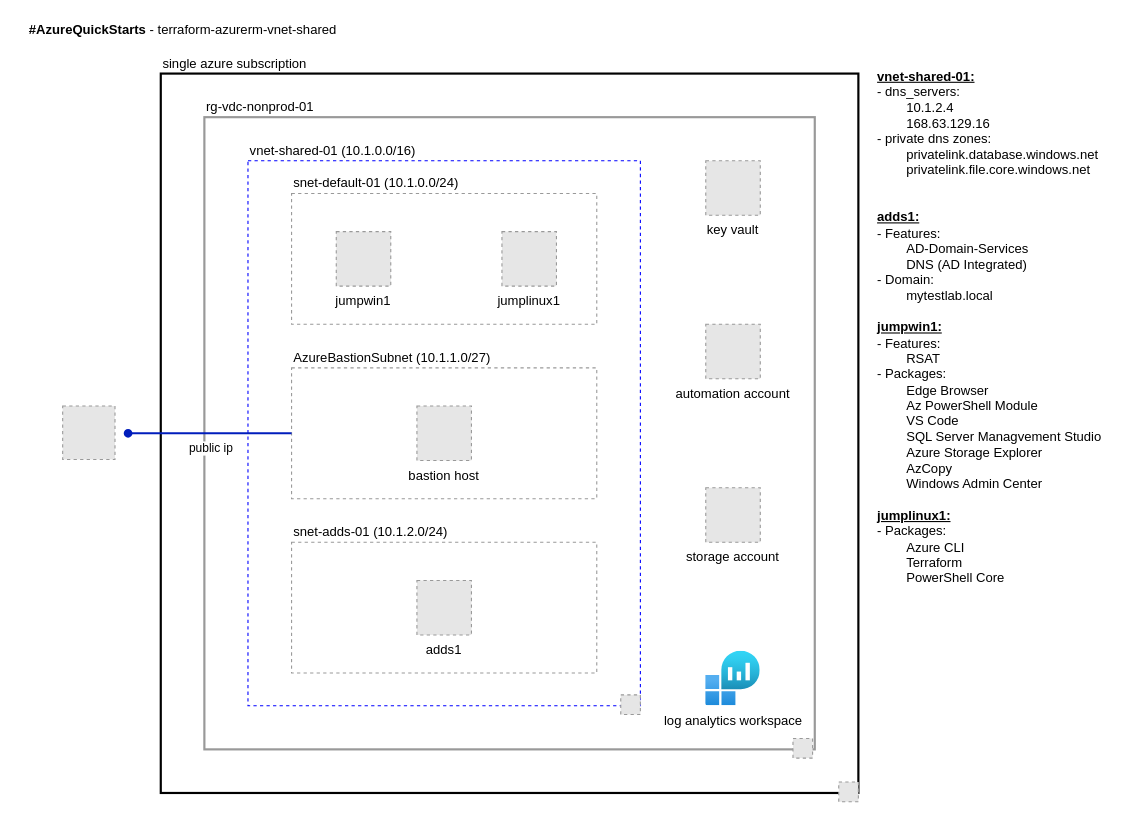
doherty100/azuresandbox keeps this draw.io diagram as terraform-azurerm-vnet-shared/vnet-shared-diagram.drawio. Above is the earlier version. Source tidied: cells renumbered, new cells numbered last; positions are measured from the earlier drawing's top-left corner, leaving out a move shared by most shapes. Both pictures are drawn from the tidied source at 109%, with x=0, y=0 at pixel (19, 19). Pictures stored in the file or linked from it are replaced by grey dashed boxes.
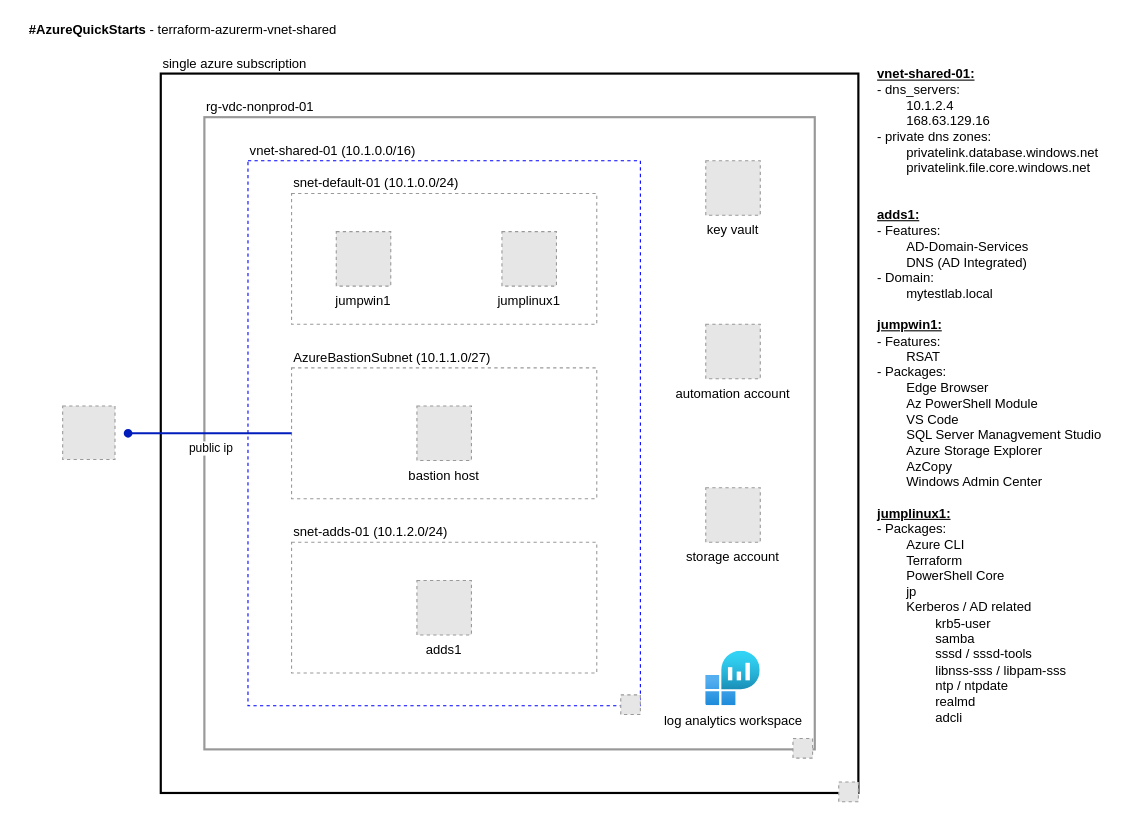
The same diagram, later.

Commit message (it also covers changes not shown here):
vnet shared linux integration code complete

Diff of the diagram source:
```diff
@@
-    <mxCell id="20" value="&lt;div style=&quot;text-align: left&quot;&gt;&lt;span&gt;&lt;u&gt;&lt;b&gt;vnet-shared-01:&lt;/b&gt;&lt;/u&gt;&lt;/span&gt;&lt;/div&gt;&lt;div style=&quot;text-align: left&quot;&gt;&lt;span&gt;- dns_servers:&amp;nbsp;&lt;/span&gt;&lt;/div&gt;&lt;div style=&quot;text-align: left&quot;&gt;&lt;span&gt;&lt;span&gt;&#9;&lt;/span&gt;&lt;span style=&quot;white-space: pre&quot;&gt;&#9;&lt;/span&gt;10.1.2.4&lt;/span&gt;&lt;/div&gt;&lt;div style=&quot;text-align: left&quot;&gt;&lt;span&gt;&lt;span&gt;&#9;&lt;/span&gt;&lt;span style=&quot;white-space: pre&quot;&gt;&#9;&lt;/span&gt;1&lt;/span&gt;&lt;span&gt;68.63.129.16&lt;/span&gt;&lt;/div&gt;&lt;div style=&quot;text-align: left&quot;&gt;&lt;span&gt;- private dns zones:&lt;/span&gt;&lt;/div&gt;&lt;div style=&quot;text-align: left&quot;&gt;&lt;span&gt;&lt;span&gt;&#9;&lt;/span&gt;&lt;div&gt;&lt;span style=&quot;white-space: pre&quot;&gt;&#9;&lt;/span&gt;privatelink.database.windows.net&lt;/div&gt;&lt;div&gt;&lt;span style=&quot;white-space: pre&quot;&gt;&#9;&lt;/span&gt;privatelink.file.core.windows.net&lt;/div&gt;&lt;div&gt;&lt;br&gt;&lt;/div&gt;&lt;/span&gt;&lt;/div&gt;&lt;div style=&quot;text-align: left&quot;&gt;&lt;span&gt;&lt;br&gt;&lt;/span&gt;&lt;/div&gt;&lt;div style=&quot;text-align: left&quot;&gt;&lt;div&gt;&lt;u&gt;&lt;b&gt;adds1:&lt;/b&gt;&lt;/u&gt;&lt;/div&gt;&lt;span style=&quot;text-align: center&quot;&gt;- Features:&amp;nbsp;&lt;/span&gt;&lt;/div&gt;&lt;div style=&quot;text-align: left&quot;&gt;&lt;span style=&quot;text-align: center&quot;&gt;&lt;span&gt;&#9;&lt;/span&gt;&lt;span style=&quot;white-space: pre&quot;&gt;&#9;&lt;/span&gt;AD-Domain-Services&lt;/span&gt;&lt;/div&gt;&lt;div style=&quot;text-align: left&quot;&gt;&lt;span style=&quot;text-align: center&quot;&gt;&lt;span&gt;&#9;&lt;/span&gt;&lt;span style=&quot;white-space: pre&quot;&gt;&#9;&lt;/span&gt;DNS (AD Integrated)&lt;/span&gt;&lt;br style=&quot;text-align: center&quot;&gt;&lt;div&gt;- Domain: &lt;/div&gt;&lt;div&gt;&lt;span style=&quot;white-space: pre&quot;&gt;&#9;&lt;/span&gt;mytestlab.local&lt;br&gt;&lt;/div&gt;&lt;div&gt;&lt;br&gt;&lt;/div&gt;&lt;/div&gt;&lt;div style=&quot;text-align: left&quot;&gt;&lt;b&gt;&lt;u&gt;jumpwin1:&lt;/u&gt;&lt;/b&gt;&lt;/div&gt;&lt;div style=&quot;text-align: left&quot;&gt;- Features:&lt;/div&gt;&lt;div style=&quot;text-align: left&quot;&gt;&lt;span&gt;&#9;&lt;/span&gt;&lt;span style=&quot;white-space: pre&quot;&gt;&#9;&lt;/span&gt;RSAT&lt;/div&gt;&lt;div style=&quot;text-align: left&quot;&gt;- Packages:&lt;/div&gt;&lt;div style=&quot;text-align: left&quot;&gt;&lt;span&gt;&#9;&lt;/span&gt;&lt;span style=&quot;white-space: pre&quot;&gt;&#9;&lt;/span&gt;Edge Browser&lt;br&gt;&lt;/div&gt;&lt;div style=&quot;text-align: left&quot;&gt;&lt;span&gt;&#9;&lt;/span&gt;&lt;span&gt;&lt;span style=&quot;white-space: pre&quot;&gt;&#9;&lt;/span&gt;Az PowerShell Module&lt;/span&gt;&lt;br&gt;&lt;/div&gt;&lt;div style=&quot;text-align: left&quot;&gt;&lt;span&gt;&#9;&lt;/span&gt;&lt;span style=&quot;white-space: pre&quot;&gt;&#9;&lt;/span&gt;VS Code&lt;br&gt;&lt;/div&gt;&lt;div style=&quot;text-align: left&quot;&gt;&lt;span&gt;&#9;&lt;/span&gt;&lt;span style=&quot;white-space: pre&quot;&gt;&#9;&lt;/span&gt;SQL Server Managvement Studio&lt;/div&gt;&lt;div style=&quot;text-align: left&quot;&gt;&lt;span&gt;&#9;&lt;/span&gt;&lt;span style=&quot;white-space: pre&quot;&gt;&#9;&lt;/span&gt;Azure Storage Explorer&lt;br&gt;&lt;/div&gt;&lt;div style=&quot;text-align: left&quot;&gt;&lt;span&gt;&#9;&lt;/span&gt;&lt;span style=&quot;white-space: pre&quot;&gt;&#9;&lt;/span&gt;AzCopy&lt;br&gt;&lt;/div&gt;&lt;div style=&quot;text-align: left&quot;&gt;&lt;span&gt;&#9;&lt;/span&gt;&lt;span style=&quot;white-space: pre&quot;&gt;&#9;&lt;/span&gt;Windows Admin Center&lt;br&gt;&lt;/div&gt;&lt;div style=&quot;text-align: left&quot;&gt;&lt;span&gt;&lt;br&gt;&lt;/span&gt;&lt;/div&gt;&lt;div style=&quot;text-align: left&quot;&gt;&lt;div&gt;&lt;b&gt;&lt;u&gt;jumplinux1:&lt;/u&gt;&lt;/b&gt;&lt;/div&gt;&lt;div&gt;- Packages:&amp;nbsp;&lt;/div&gt;&lt;div&gt;&lt;span&gt;&#9;&lt;/span&gt;&lt;span style=&quot;white-space: pre&quot;&gt;&#9;&lt;/span&gt;Azure CLI&lt;/div&gt;&lt;div&gt;&lt;span&gt;&#9;&lt;/span&gt;&lt;span style=&quot;white-space: pre&quot;&gt;&#9;&lt;/span&gt;Terraform&lt;/div&gt;&lt;div&gt;&lt;span&gt;&#9;&lt;/span&gt;&lt;span style=&quot;white-space: pre&quot;&gt;&#9;&lt;/span&gt;PowerShell Core&lt;br&gt;&lt;/div&gt;&lt;div&gt;&lt;br&gt;&lt;/div&gt;&lt;/div&gt;" style="text;html=1;align=center;verticalAlign=middle;rounded=0;fontColor=#000000;" parent="1" vertex="1">
-      <mxGeometry x="780" y="50" width="220" height="480" as="geometry" />
+    <mxCell id="20" value="&lt;div style=&quot;text-align: left&quot;&gt;&lt;span&gt;&lt;u&gt;&lt;b&gt;vnet-shared-01:&lt;/b&gt;&lt;/u&gt;&lt;/span&gt;&lt;/div&gt;&lt;div style=&quot;text-align: left&quot;&gt;&lt;span&gt;- dns_servers:&amp;nbsp;&lt;/span&gt;&lt;/div&gt;&lt;div style=&quot;text-align: left&quot;&gt;&lt;span&gt;&lt;span&gt;&#9;&lt;/span&gt;&lt;span&gt;&#9;&lt;/span&gt;&lt;span style=&quot;white-space: pre&quot;&gt;&#9;&lt;/span&gt;10.1.2.4&lt;/span&gt;&lt;/div&gt;&lt;div style=&quot;text-align: left&quot;&gt;&lt;span&gt;&lt;span&gt;&#9;&lt;/span&gt;&lt;span&gt;&#9;&lt;/span&gt;&lt;span style=&quot;white-space: pre&quot;&gt;&#9;&lt;/span&gt;1&lt;/span&gt;&lt;span&gt;68.63.129.16&lt;/span&gt;&lt;/div&gt;&lt;div style=&quot;text-align: left&quot;&gt;&lt;span&gt;- private dns zones:&lt;/span&gt;&lt;/div&gt;&lt;div style=&quot;text-align: left&quot;&gt;&lt;span&gt;&lt;span&gt;&#9;&lt;/span&gt;&lt;div&gt;&lt;span&gt;&#9;&lt;/span&gt;&lt;span style=&quot;white-space: pre&quot;&gt;&#9;&lt;/span&gt;privatelink.database.windows.net&lt;/div&gt;&lt;div&gt;&lt;span&gt;&#9;&lt;/span&gt;&lt;span style=&quot;white-space: pre&quot;&gt;&#9;&lt;/span&gt;privatelink.file.core.windows.net&lt;/div&gt;&lt;div&gt;&lt;br&gt;&lt;/div&gt;&lt;/span&gt;&lt;/div&gt;&lt;div style=&quot;text-align: left&quot;&gt;&lt;span&gt;&lt;br&gt;&lt;/span&gt;&lt;/div&gt;&lt;div style=&quot;text-align: left&quot;&gt;&lt;div&gt;&lt;u&gt;&lt;b&gt;adds1:&lt;/b&gt;&lt;/u&gt;&lt;/div&gt;&lt;span style=&quot;text-align: center&quot;&gt;- Features:&amp;nbsp;&lt;/span&gt;&lt;/div&gt;&lt;div style=&quot;text-align: left&quot;&gt;&lt;span style=&quot;text-align: center&quot;&gt;&lt;span&gt;&#9;&lt;/span&gt;&lt;span&gt;&#9;&lt;/span&gt;&lt;span style=&quot;white-space: pre&quot;&gt;&#9;&lt;/span&gt;AD-Domain-Services&lt;/span&gt;&lt;/div&gt;&lt;div style=&quot;text-align: left&quot;&gt;&lt;span style=&quot;text-align: center&quot;&gt;&lt;span&gt;&#9;&lt;/span&gt;&lt;span&gt;&#9;&lt;/span&gt;&lt;span style=&quot;white-space: pre&quot;&gt;&#9;&lt;/span&gt;DNS (AD Integrated)&lt;/span&gt;&lt;br style=&quot;text-align: center&quot;&gt;&lt;div&gt;- Domain: &lt;/div&gt;&lt;div&gt;&lt;span&gt;&#9;&lt;/span&gt;&lt;span style=&quot;white-space: pre&quot;&gt;&#9;&lt;/span&gt;mytestlab.local&lt;br&gt;&lt;/div&gt;&lt;div&gt;&lt;br&gt;&lt;/div&gt;&lt;/div&gt;&lt;div style=&quot;text-align: left&quot;&gt;&lt;b&gt;&lt;u&gt;jumpwin1:&lt;/u&gt;&lt;/b&gt;&lt;/div&gt;&lt;div style=&quot;text-align: left&quot;&gt;- Features:&lt;/div&gt;&lt;div style=&quot;text-align: left&quot;&gt;&lt;span&gt;&#9;&lt;/span&gt;&lt;span&gt;&#9;&lt;/span&gt;&lt;span style=&quot;white-space: pre&quot;&gt;&#9;&lt;/span&gt;RSAT&lt;/div&gt;&lt;div style=&quot;text-align: left&quot;&gt;- Packages:&lt;/div&gt;&lt;div style=&quot;text-align: left&quot;&gt;&lt;span&gt;&#9;&lt;/span&gt;&lt;span&gt;&#9;&lt;/span&gt;&lt;span style=&quot;white-space: pre&quot;&gt;&#9;&lt;/span&gt;Edge Browser&lt;br&gt;&lt;/div&gt;&lt;div style=&quot;text-align: left&quot;&gt;&lt;span&gt;&#9;&lt;/span&gt;&lt;span&gt;&lt;span&gt;&#9;&lt;/span&gt;&lt;span style=&quot;white-space: pre&quot;&gt;&#9;&lt;/span&gt;Az PowerShell Module&lt;/span&gt;&lt;br&gt;&lt;/div&gt;&lt;div style=&quot;text-align: left&quot;&gt;&lt;span&gt;&#9;&lt;/span&gt;&lt;span&gt;&#9;&lt;/span&gt;&lt;span style=&quot;white-space: pre&quot;&gt;&#9;&lt;/span&gt;VS Code&lt;br&gt;&lt;/div&gt;&lt;div style=&quot;text-align: left&quot;&gt;&lt;span&gt;&#9;&lt;/span&gt;&lt;span&gt;&#9;&lt;/span&gt;&lt;span style=&quot;white-space: pre&quot;&gt;&#9;&lt;/span&gt;SQL Server Managvement Studio&lt;/div&gt;&lt;div style=&quot;text-align: left&quot;&gt;&lt;span&gt;&#9;&lt;/span&gt;&lt;span&gt;&#9;&lt;/span&gt;&lt;span style=&quot;white-space: pre&quot;&gt;&#9;&lt;/span&gt;Azure Storage Explorer&lt;br&gt;&lt;/div&gt;&lt;div style=&quot;text-align: left&quot;&gt;&lt;span&gt;&#9;&lt;/span&gt;&lt;span&gt;&#9;&lt;/span&gt;&lt;span style=&quot;white-space: pre&quot;&gt;&#9;&lt;/span&gt;AzCopy&lt;br&gt;&lt;/div&gt;&lt;div style=&quot;text-align: left&quot;&gt;&lt;span&gt;&#9;&lt;/span&gt;&lt;span&gt;&#9;&lt;/span&gt;&lt;span style=&quot;white-space: pre&quot;&gt;&#9;&lt;/span&gt;Windows Admin Center&lt;br&gt;&lt;/div&gt;&lt;div style=&quot;text-align: left&quot;&gt;&lt;span&gt;&lt;br&gt;&lt;/span&gt;&lt;/div&gt;&lt;div style=&quot;text-align: left&quot;&gt;&lt;div&gt;&lt;b&gt;&lt;u&gt;jumplinux1:&lt;/u&gt;&lt;/b&gt;&lt;/div&gt;&lt;div&gt;- Packages:&amp;nbsp;&lt;/div&gt;&lt;div&gt;&lt;span&gt;&#9;&lt;/span&gt;&lt;span&gt;&#9;&lt;/span&gt;&lt;span style=&quot;white-space: pre&quot;&gt;&#9;&lt;/span&gt;Azure CLI&lt;/div&gt;&lt;div&gt;&lt;span&gt;&#9;&lt;/span&gt;&lt;span&gt;&#9;&lt;/span&gt;&lt;span style=&quot;white-space: pre&quot;&gt;&#9;&lt;/span&gt;Terraform&lt;/div&gt;&lt;div&gt;&lt;span&gt;&#9;&lt;/span&gt;&lt;span&gt;&#9;&lt;/span&gt;&lt;span style=&quot;white-space: pre&quot;&gt;&#9;&lt;/span&gt;PowerShell Core&lt;/div&gt;&lt;div&gt;&lt;div&gt;&lt;span style=&quot;white-space: pre&quot;&gt;&#9;&lt;/span&gt;jp&lt;/div&gt;&lt;div&gt;&lt;span style=&quot;white-space: pre&quot;&gt;&#9;&lt;/span&gt;Kerberos / AD related&lt;br&gt;&lt;/div&gt;&lt;div&gt;&lt;span style=&quot;white-space: pre&quot;&gt;&#9;&lt;/span&gt;&lt;span style=&quot;white-space: pre&quot;&gt;&#9;&lt;/span&gt;krb5-user&lt;/div&gt;&lt;div&gt;&lt;span style=&quot;white-space: pre&quot;&gt;&#9;&lt;/span&gt;&lt;span style=&quot;white-space: pre&quot;&gt;&#9;&lt;/span&gt;samba&lt;/div&gt;&lt;div&gt;&lt;span style=&quot;white-space: pre&quot;&gt;&#9;&lt;/span&gt;&lt;span style=&quot;white-space: pre&quot;&gt;&#9;&lt;/span&gt;sssd / sssd-tools&lt;/div&gt;&lt;div&gt;&lt;span style=&quot;white-space: pre&quot;&gt;&#9;&lt;/span&gt;&lt;span style=&quot;white-space: pre&quot;&gt;&#9;&lt;/span&gt;libnss-sss / libpam-sss&lt;/div&gt;&lt;div&gt;&lt;span style=&quot;white-space: pre&quot;&gt;&#9;&lt;/span&gt;&lt;span style=&quot;white-space: pre&quot;&gt;&#9;&lt;/span&gt;ntp / ntpdate&lt;/div&gt;&lt;div&gt;&lt;span style=&quot;white-space: pre&quot;&gt;&#9;&lt;/span&gt;&lt;span style=&quot;white-space: pre&quot;&gt;&#9;&lt;/span&gt;realmd&lt;/div&gt;&lt;div&gt;&lt;span style=&quot;white-space: pre&quot;&gt;&#9;&lt;/span&gt;&lt;span style=&quot;white-space: pre&quot;&gt;&#9;&lt;/span&gt;adcli&lt;/div&gt;&lt;div&gt;&lt;br&gt;&lt;/div&gt;&lt;br&gt;&lt;/div&gt;&lt;/div&gt;" style="text;html=1;align=center;verticalAlign=middle;rounded=0;fontColor=#000000;" parent="1" vertex="1">
+      <mxGeometry x="780" y="50" width="220" height="620" as="geometry" />
     </mxCell>
```
